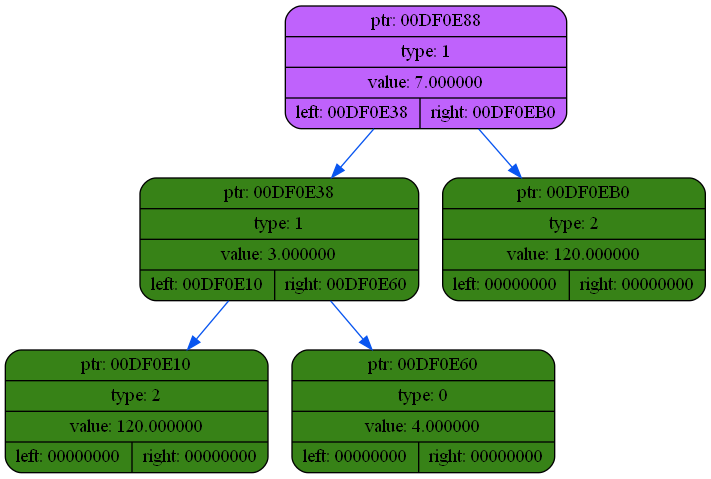
coffee8cat/differentiator keeps this Graphviz diagram as dump/dump1.png. Above is the earlier version. Its source is kept beside it as dump/dump1.dot.
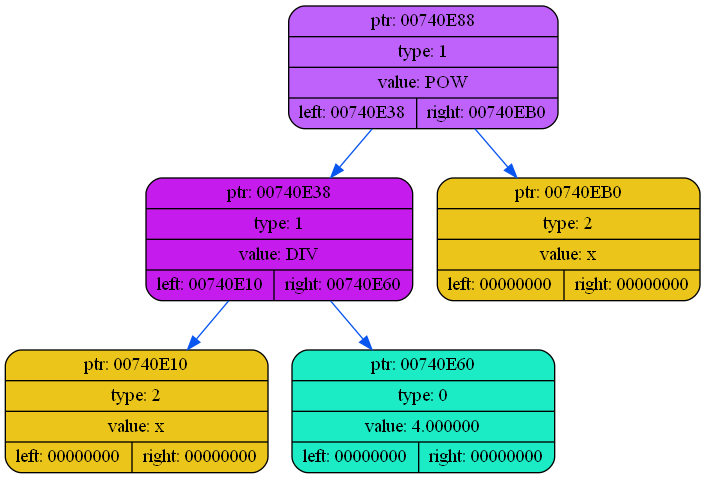
After the change.

What changed in the source:
```diff
@@ -2,13 +2,13 @@
 {
     rankdir=TP
 
-        node00DF0E88[shape=record,style="rounded,filled",fillcolor="#BF62FC",label="{ ptr: 00DF0E88 | type: 1 | value: 7.000000| { left: 00DF0E38 | right: 00DF0EB0 }}"];
-    node00DF0E88 -> node00DF0E38[color="#0855F0"]
-    node00DF0E38[shape=record,style="rounded,filled",fillcolor="#378217",label="{ ptr: 00DF0E38 | type: 1 | value: 3.000000| { left: 00DF0E10 | right: 00DF0E60 }}"];
-    node00DF0E38 -> node00DF0E10[color="#0855F0"]
-    node00DF0E10[shape=record,style="rounded,filled",fillcolor="#378217",label="{ ptr: 00DF0E10 | type: 2 | value: 120.000000| { left: 00000000 | right: 00000000 }}"];
-    node00DF0E38 -> node00DF0E60[color="#0855F0"]
-    node00DF0E60[shape=record,style="rounded,filled",fillcolor="#378217",label="{ ptr: 00DF0E60 | type: 0 | value: 4.000000| { left: 00000000 | right: 00000000 }}"];
-    node00DF0E88 -> node00DF0EB0[color="#0855F0"]
-    node00DF0EB0[shape=record,style="rounded,filled",fillcolor="#378217",label="{ ptr: 00DF0EB0 | type: 2 | value: 120.000000| { left: 00000000 | right: 00000000 }}"];
+        node00740E88[shape=record,style="rounded,filled",fillcolor="#BF62FC",label="{ ptr: 00740E88 | type: 1 | value: POW| { left: 00740E38 | right: 00740EB0 }}"];
+    node00740E88 -> node00740E38[color="#0855F0"]
+    node00740E38[shape=record,style="rounded,filled",fillcolor="#C51BEC",label="{ ptr: 00740E38 | type: 1 | value: DIV| { left: 00740E10 | right: 00740E60 }}"];
+    node00740E38 -> node00740E10[color="#0855F0"]
+    node00740E10[shape=record,style="rounded,filled",fillcolor="#ECC51B",label="{ ptr: 00740E10 | type: 2 | value: x| { left: 00000000 | right: 00000000 }}"];
+    node00740E38 -> node00740E60[color="#0855F0"]
+    node00740E60[shape=record,style="rounded,filled",fillcolor="#1BECC5",label="{ ptr: 00740E60 | type: 0 | value: 4.000000| { left: 00000000 | right: 00000000 }}"];
+    node00740E88 -> node00740EB0[color="#0855F0"]
+    node00740EB0[shape=record,style="rounded,filled",fillcolor="#ECC51B",label="{ ptr: 00740EB0 | type: 2 | value: x| { left: 00000000 | right: 00000000 }}"];
 }
```
